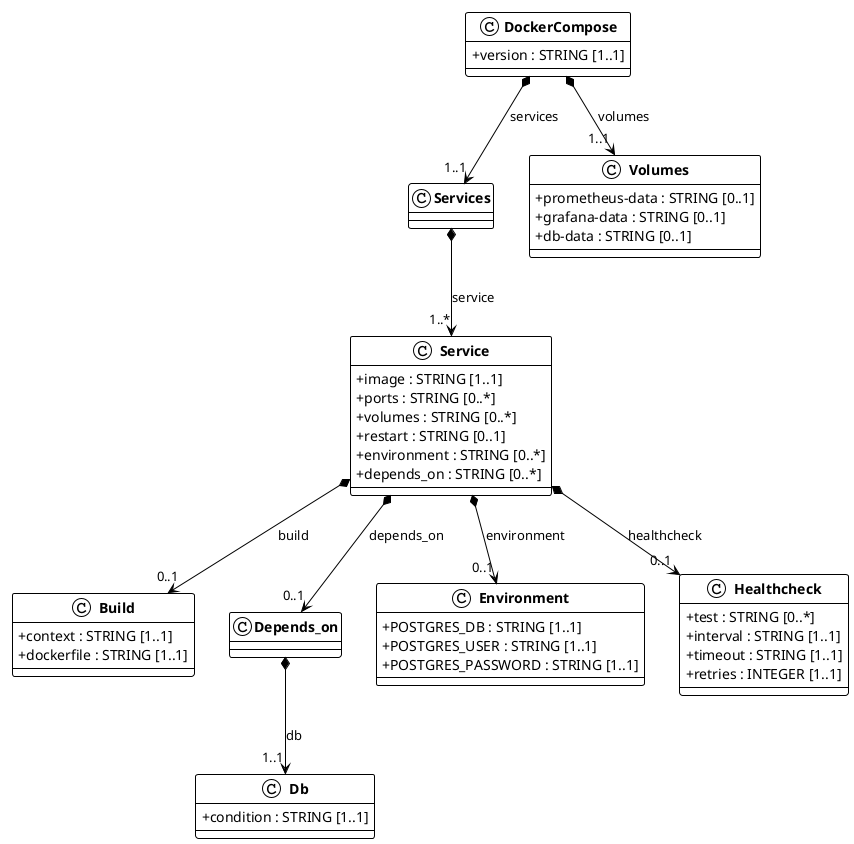
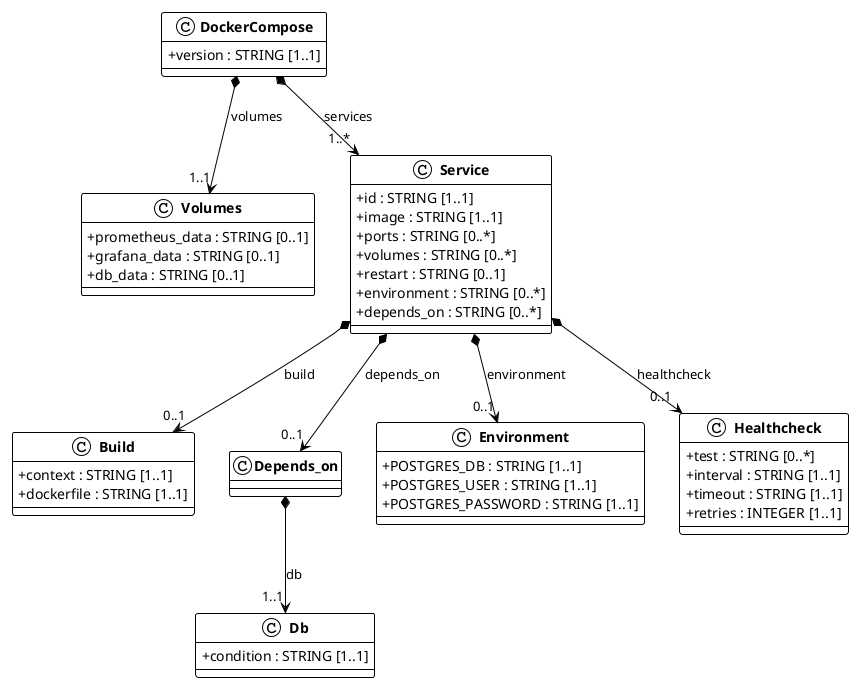
@startuml docker_compose
!theme plain
skinparam classAttributeIconSize 0
skinparam classFontStyle bold

class DockerCompose{
  + version : STRING [1..1]
}

- class Services{
+ class Volumes{
+   + prometheus_data : STRING [0..1]
+   + grafana_data : STRING [0..1]
+   + db_data : STRING [0..1]
}

class Service{
+   + id : STRING [1..1]
  + image : STRING [1..1]
  + ports : STRING [0..*]
  + volumes : STRING [0..*]
  + restart : STRING [0..1]
  + environment : STRING [0..*]
  + depends_on : STRING [0..*]
- }
- 
- class Volumes{
-   + prometheus-data : STRING [0..1]
-   + grafana-data : STRING [0..1]
-   + db-data : STRING [0..1]
}

class Build{
  + context : STRING [1..1]
  + dockerfile : STRING [1..1]
}

class Depends_on{
}

class Db{
  + condition : STRING [1..1]
}

class Environment{
  + POSTGRES_DB : STRING [1..1]
  + POSTGRES_USER : STRING [1..1]
  + POSTGRES_PASSWORD : STRING [1..1]
}

class Healthcheck{
  + test : STRING [0..*]
  + interval : STRING [1..1]
  + timeout : STRING [1..1]
  + retries : INTEGER [1..1]
}

- DockerCompose *--> "1..1" Services : services
DockerCompose *--> "1..1" Volumes : volumes
- Services *--> "1..*" Service : service
+ DockerCompose *--> "1..*" Service : services
Service *--> "0..1" Build : build
Service *--> "0..1" Depends_on : depends_on
Service *--> "0..1" Environment : environment
Service *--> "0..1" Healthcheck : healthcheck
Depends_on *--> "1..1" Db : db

@enduml
